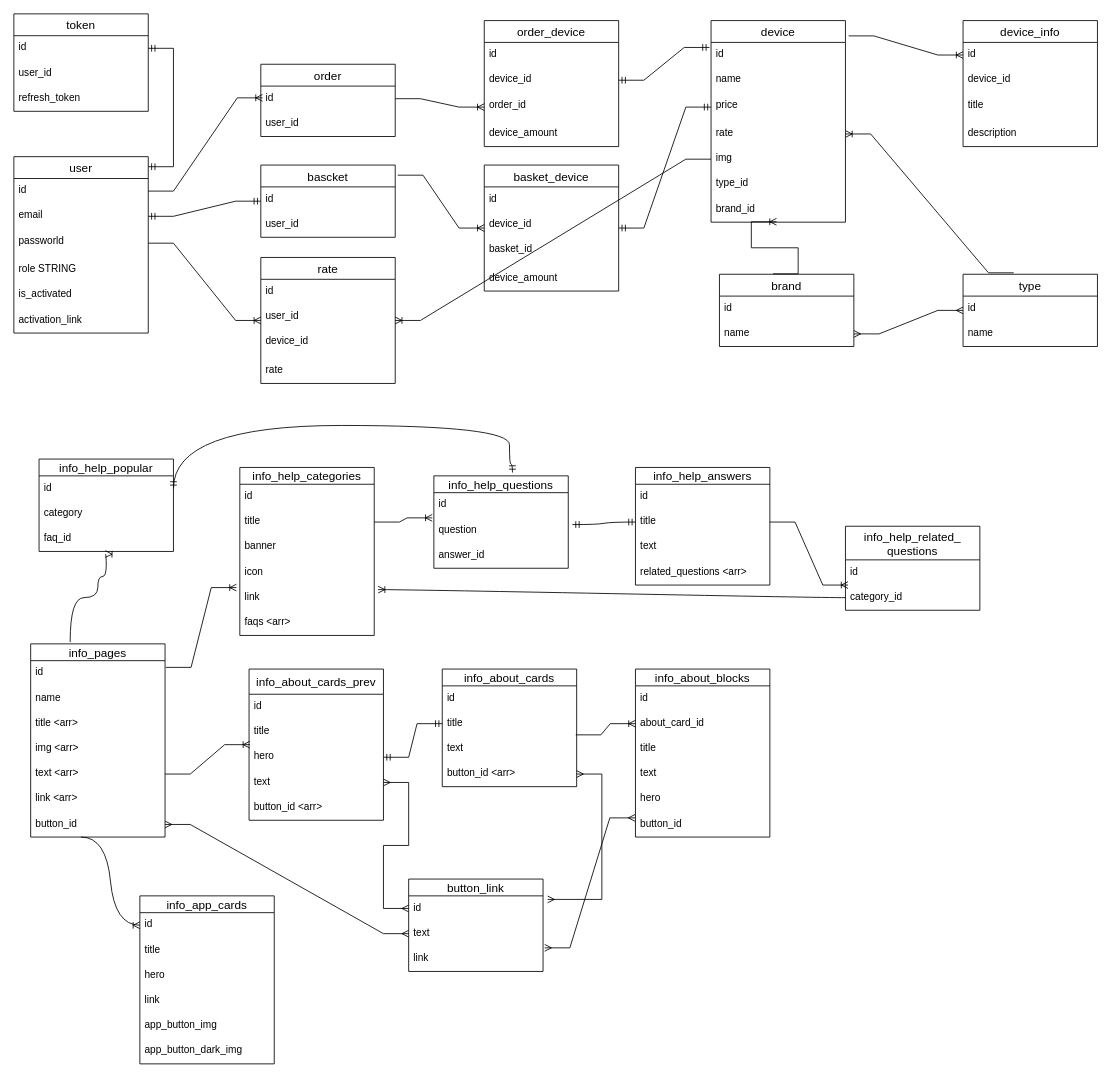
Above: server/models/db_diagram.drawio in zaxel/react_simple_shop (draw.io), before the change. Source tidied: cells renumbered, new cells numbered last; positions are measured from the earlier drawing's top-left corner, leaving out a move shared by most shapes. Both pictures are drawn from the tidied source at 84%, with x=0, y=0 at pixel (13, 13).
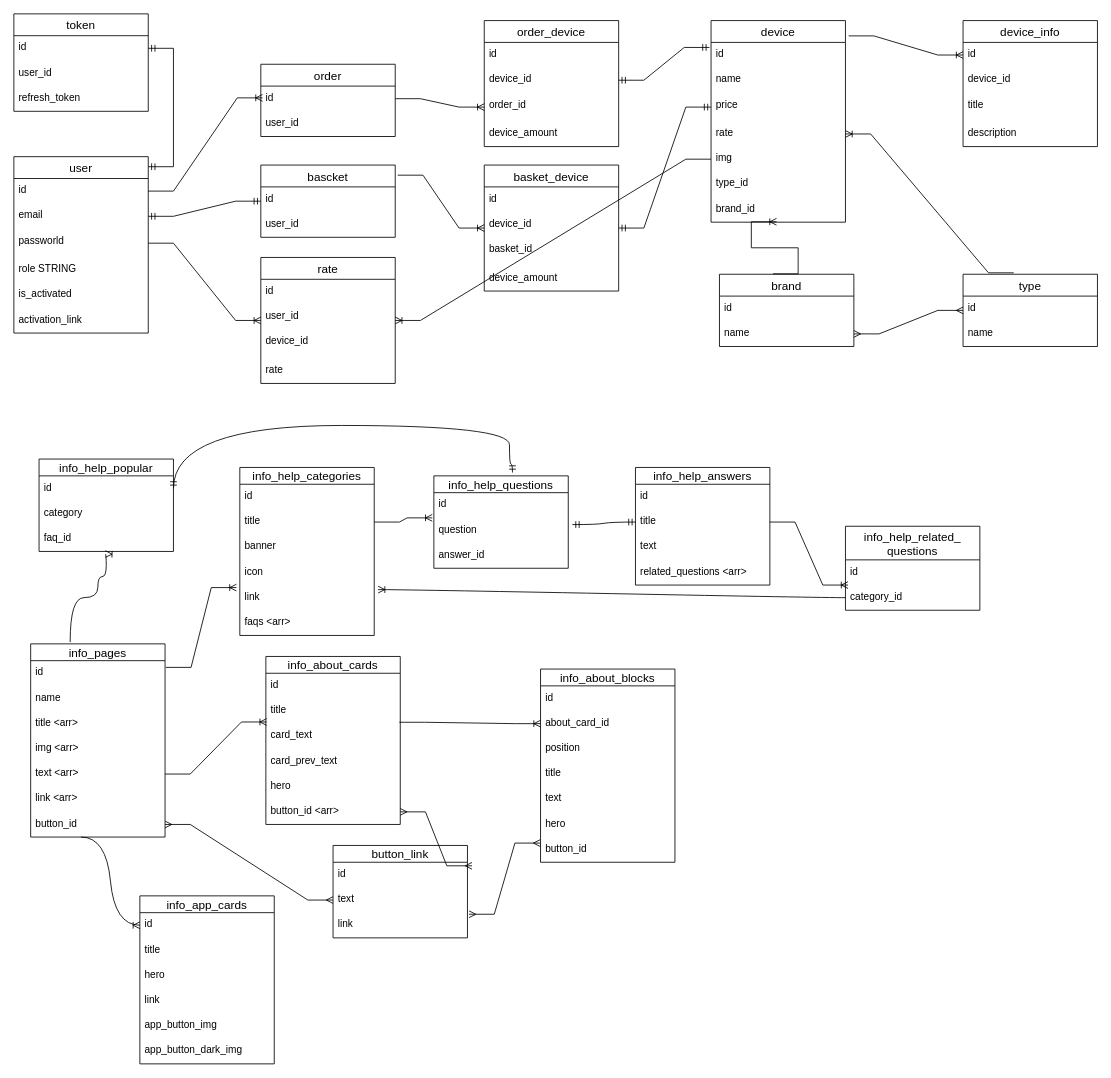
After the change.

Commit message (it also covers changes not shown here):
db admin about components model updated

The change refers to these unchanged cells:
```xml
<mxCell id="71" value="text &lt;arr&gt;" style="text;strokeColor=none;fillColor=none;spacingLeft=4;spacingRight=4;overflow=hidden;points=[[0,0.5],[1,0.5]];portConstraint=eastwest;fontSize=12;" parent="66" vertex="1">
  <mxGeometry y="140" width="160" height="30" as="geometry" />
</mxCell>
<mxCell id="75" value="id" style="text;strokeColor=none;fillColor=none;spacingLeft=4;spacingRight=4;overflow=hidden;points=[[0,0.5],[1,0.5]];portConstraint=eastwest;fontSize=12;" parent="74" vertex="1">
  <mxGeometry y="20" width="160" height="30" as="geometry" />
</mxCell>
<mxCell id="123" value="title" style="text;strokeColor=none;fillColor=none;spacingLeft=4;spacingRight=4;overflow=hidden;points=[[0,0.5],[1,0.5]];portConstraint=eastwest;fontSize=12;" parent="121" vertex="1">
  <mxGeometry y="50" width="160" height="30" as="geometry" />
</mxCell>
```

The edit, as a diff of the source:
```diff
@@
     <mxCell id="74" value="button_link" style="swimlane;fontStyle=0;horizontal=1;startSize=20;align=center;fontSize=14;" parent="1" vertex="1">
-      <mxGeometry x="470" y="1030" width="160" height="110" as="geometry" />
+      <mxGeometry x="380" y="990" width="160" height="110" as="geometry" />
     </mxCell>
@@
-    <mxCell id="114" value="info_about_cards_prev" style="swimlane;fontStyle=0;horizontal=1;startSize=30;align=center;fontSize=14;" parent="1" vertex="1">
-      <mxGeometry x="280" y="780" width="160" height="180" as="geometry" />
-    </mxCell>
-    <mxCell id="115" value="id" style="text;strokeColor=none;fillColor=none;spacingLeft=4;spacingRight=4;overflow=hidden;fontSize=12;" parent="114" vertex="1">
-      <mxGeometry y="30" width="160" height="30" as="geometry" />
-    </mxCell>
-    <mxCell id="116" value="title" style="text;strokeColor=none;fillColor=none;spacingLeft=4;spacingRight=4;overflow=hidden;fontSize=12;" parent="114" vertex="1">
-      <mxGeometry y="60" width="160" height="30" as="geometry" />
-    </mxCell>
-    <mxCell id="117" value="hero" style="text;strokeColor=none;fillColor=none;spacingLeft=4;spacingRight=4;overflow=hidden;points=[[0,0.5],[1,0.5]];portConstraint=eastwest;fontSize=12;" parent="114" vertex="1">
-      <mxGeometry y="90" width="160" height="30" as="geometry" />
-    </mxCell>
-    <mxCell id="118" value="text" style="text;strokeColor=none;fillColor=none;spacingLeft=4;spacingRight=4;overflow=hidden;points=[[0,0.5],[1,0.5]];portConstraint=eastwest;fontSize=12;" parent="114" vertex="1">
-      <mxGeometry y="120" width="160" height="30" as="geometry" />
-    </mxCell>
-    <mxCell id="119" value="button_id &lt;arr&gt;" style="text;strokeColor=none;fillColor=none;spacingLeft=4;spacingRight=4;overflow=hidden;fontSize=12;" parent="114" vertex="1">
-      <mxGeometry y="150" width="160" height="30" as="geometry" />
-    </mxCell>
-    <mxCell id="120" style="edgeStyle=entityRelationEdgeStyle;fontSize=12;html=1;endArrow=ERoneToMany;rounded=0;exitX=1;exitY=0.5;exitDx=0;exitDy=0;entryX=0.006;entryY=0;entryDx=0;entryDy=0;entryPerimeter=0;" parent="1" edge="1" source="71" target="117">
+    <mxCell id="120" style="edgeStyle=entityRelationEdgeStyle;fontSize=12;html=1;endArrow=ERoneToMany;rounded=0;exitX=1;exitY=0.5;exitDx=0;exitDy=0;entryX=0.006;entryY=-0.067;entryDx=0;entryDy=0;entryPerimeter=0;" parent="1" edge="1" source="71" target="124">
       <mxGeometry relative="1" as="geometry" />
     </mxCell>
     <mxCell id="121" value="info_about_cards" style="swimlane;fontStyle=0;horizontal=1;startSize=20;align=center;fontSize=14;" parent="1" vertex="1">
-      <mxGeometry x="510" y="780" width="160" height="140" as="geometry" />
+      <mxGeometry x="300" y="765" width="160" height="200" as="geometry" />
     </mxCell>
@@
-    <mxCell id="124" value="text" style="text;strokeColor=none;fillColor=none;spacingLeft=4;spacingRight=4;overflow=hidden;points=[[0,0.5],[1,0.5]];portConstraint=eastwest;fontSize=12;" parent="121" vertex="1">
+    <mxCell id="124" value="card_text" style="text;strokeColor=none;fillColor=none;spacingLeft=4;spacingRight=4;overflow=hidden;points=[[0,0.5],[1,0.5]];portConstraint=eastwest;fontSize=12;" parent="121" vertex="1">
       <mxGeometry y="80" width="160" height="30" as="geometry" />
     </mxCell>
+    <mxCell id="141" value="card_prev_text" style="text;strokeColor=none;fillColor=none;spacingLeft=4;spacingRight=4;overflow=hidden;fontSize=12;" parent="121" vertex="1">
+      <mxGeometry y="110" width="160" height="30" as="geometry" />
+    </mxCell>
+    <mxCell id="117" value="hero" style="text;strokeColor=none;fillColor=none;spacingLeft=4;spacingRight=4;overflow=hidden;points=[[0,0.5],[1,0.5]];portConstraint=eastwest;fontSize=12;" parent="121" vertex="1">
+      <mxGeometry y="140" width="160" height="30" as="geometry" />
+    </mxCell>
     <mxCell id="125" value="button_id &lt;arr&gt;" style="text;strokeColor=none;fillColor=none;spacingLeft=4;spacingRight=4;overflow=hidden;points=[[0,0.5],[1,0.5]];portConstraint=eastwest;fontSize=12;" parent="121" vertex="1">
-      <mxGeometry y="110" width="160" height="30" as="geometry" />
+      <mxGeometry y="170" width="160" height="30" as="geometry" />
     </mxCell>
-    <mxCell id="126" style="edgeStyle=entityRelationEdgeStyle;fontSize=12;html=1;endArrow=ERmandOne;startArrow=ERmandOne;rounded=0;entryX=0;entryY=0.5;entryDx=0;entryDy=0;" parent="1" edge="1" source="117" target="123">
-      <mxGeometry relative="1" as="geometry" />
-    </mxCell>
     <mxCell id="127" value="info_about_blocks" style="swimlane;fontStyle=0;horizontal=1;startSize=20;align=center;fontSize=14;" parent="1" vertex="1">
-      <mxGeometry x="740" y="780" width="160" height="200" as="geometry" />
+      <mxGeometry x="627" y="780" width="160" height="230" as="geometry" />
     </mxCell>
@@
+    <mxCell id="142" value="position" style="text;strokeColor=none;fillColor=none;spacingLeft=4;spacingRight=4;overflow=hidden;fontSize=12;" parent="127" vertex="1">
+      <mxGeometry y="80" width="160" height="30" as="geometry" />
+    </mxCell>
     <mxCell id="130" value="title" style="text;strokeColor=none;fillColor=none;spacingLeft=4;spacingRight=4;overflow=hidden;fontSize=12;" parent="127" vertex="1">
-      <mxGeometry y="80" width="160" height="30" as="geometry" />
+      <mxGeometry y="110" width="160" height="30" as="geometry" />
     </mxCell>
     <mxCell id="131" value="text" style="text;strokeColor=none;fillColor=none;spacingLeft=4;spacingRight=4;overflow=hidden;fontSize=12;" parent="127" vertex="1">
-      <mxGeometry y="110" width="160" height="30" as="geometry" />
+      <mxGeometry y="140" width="160" height="30" as="geometry" />
     </mxCell>
     <mxCell id="132" value="hero" style="text;strokeColor=none;fillColor=none;spacingLeft=4;spacingRight=4;overflow=hidden;fontSize=12;" parent="127" vertex="1">
-      <mxGeometry y="140" width="160" height="30" as="geometry" />
+      <mxGeometry y="170" width="160" height="30" as="geometry" />
     </mxCell>
     <mxCell id="133" value="button_id" style="text;strokeColor=none;fillColor=none;spacingLeft=4;spacingRight=4;overflow=hidden;points=[[0,0.5],[1,0.5]];portConstraint=eastwest;fontSize=12;" parent="127" vertex="1">
-      <mxGeometry y="170" width="160" height="30" as="geometry" />
+      <mxGeometry y="200" width="160" height="30" as="geometry" />
     </mxCell>
@@
-    <mxCell id="137" style="edgeStyle=entityRelationEdgeStyle;fontSize=12;html=1;endArrow=ERmany;startArrow=ERmany;rounded=0;entryX=1;entryY=0.5;entryDx=0;entryDy=0;exitX=0;exitY=0.5;exitDx=0;exitDy=0;" parent="1" edge="1" source="75" target="118">
-      <mxGeometry relative="1" as="geometry" />
-    </mxCell>
```
